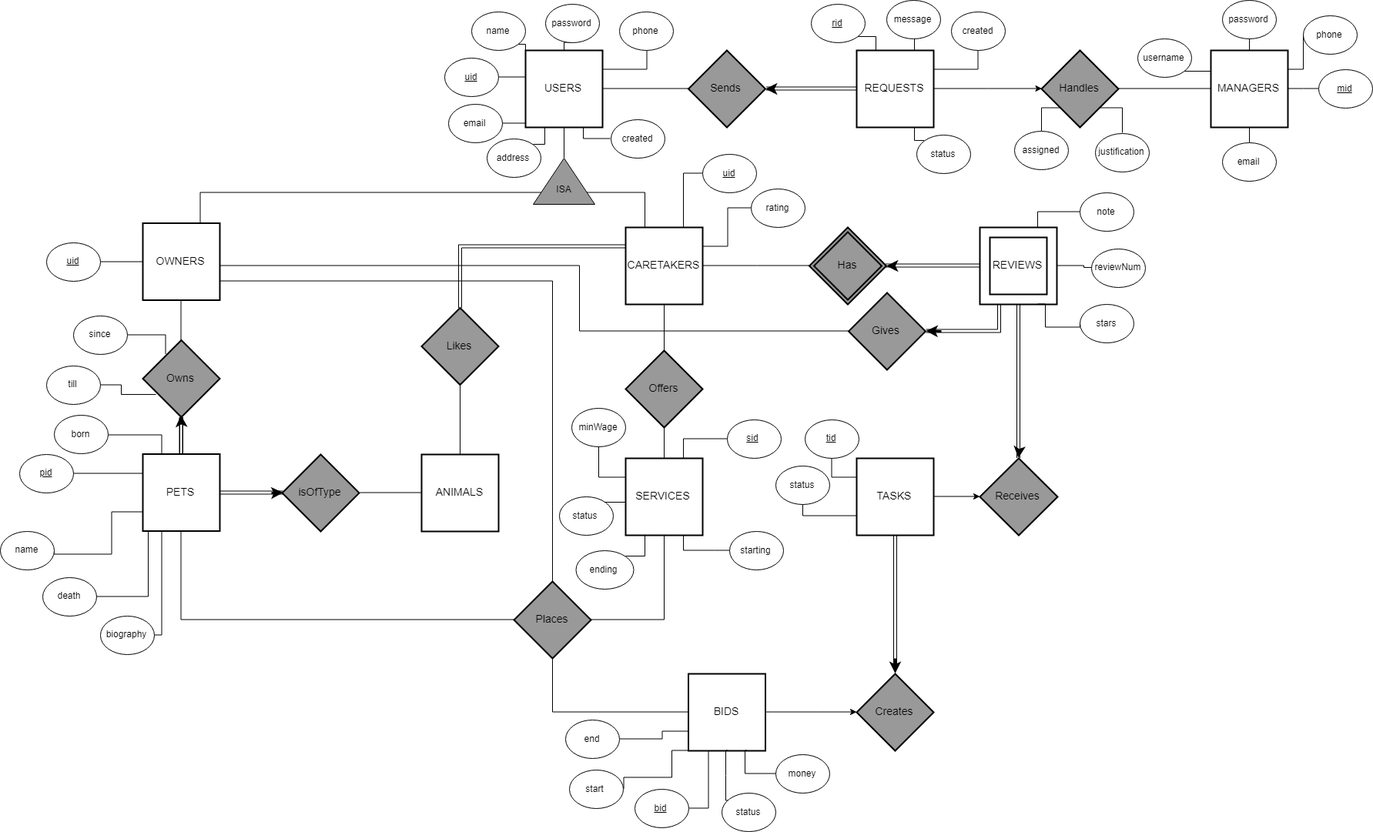
Before: database/PetCaretaker_ERModel.png, a diagram exported from draw.io (cs2102team60petcare/server). Source tidied: cells renumbered, new cells last; positions are measured from the earlier drawing's top-left corner, leaving out a move shared by most shapes.
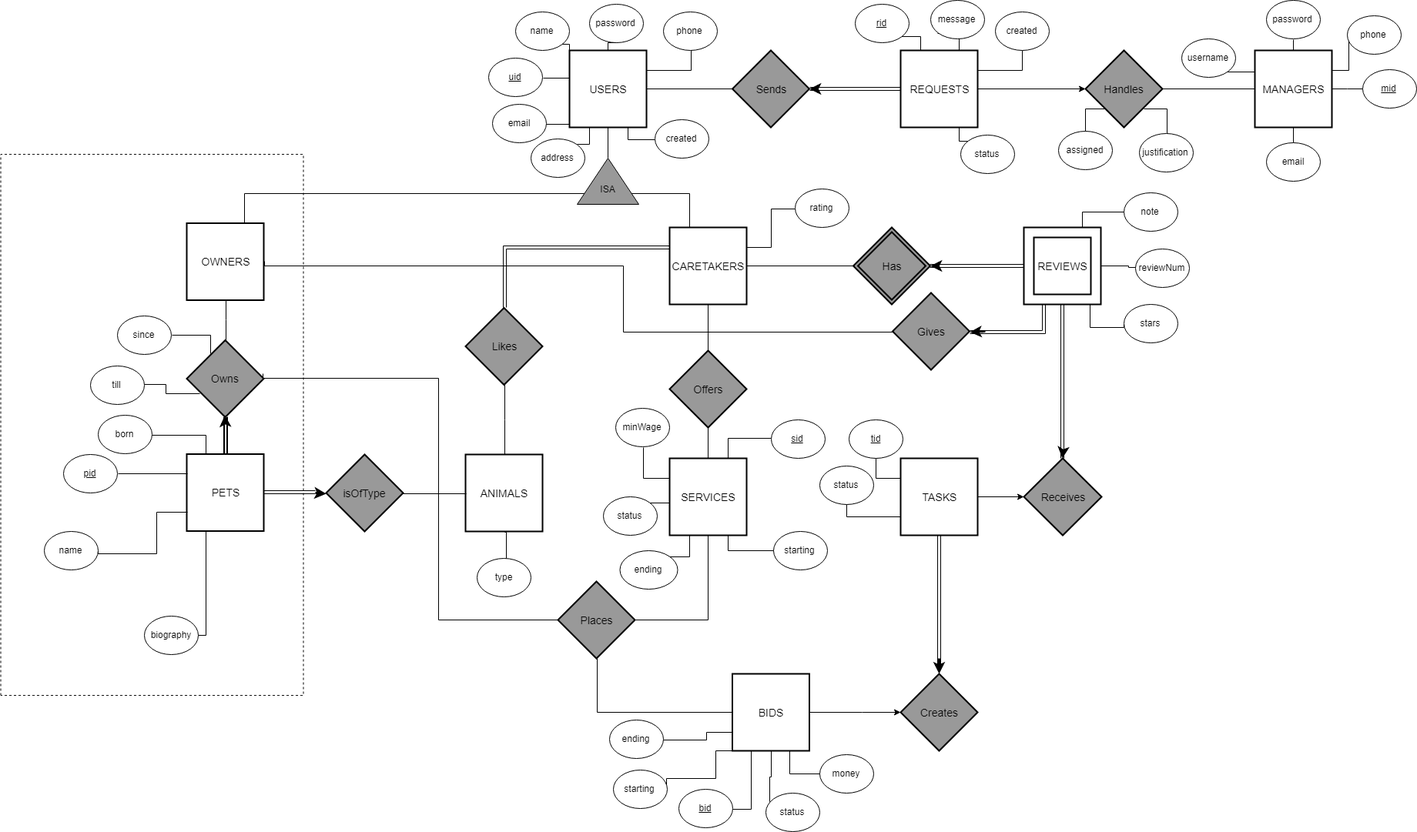
Above is the later version.

Change to the diagram source:
```diff
@@ -38,9 +38,6 @@
     <mxCell id="13" style="edgeStyle=orthogonalEdgeStyle;rounded=0;comic=0;jettySize=auto;html=1;exitX=0.75;exitY=0;exitDx=0;exitDy=0;entryX=0;entryY=0.75;entryDx=0;entryDy=0;endArrow=none;endFill=0;" parent="1" edge="1" source="17" target="41">
       <mxGeometry relative="1" as="geometry" />
     </mxCell>
-    <mxCell id="14" style="edgeStyle=orthogonalEdgeStyle;rounded=0;comic=0;jettySize=auto;html=1;exitX=1;exitY=0.75;exitDx=0;exitDy=0;entryX=0.5;entryY=0;entryDx=0;entryDy=0;endArrow=none;endFill=0;" parent="1" edge="1" source="17" target="45">
-      <mxGeometry relative="1" as="geometry" />
-    </mxCell>
     <mxCell id="15" style="edgeStyle=orthogonalEdgeStyle;rounded=0;comic=0;jettySize=auto;html=1;exitX=0.5;exitY=1;exitDx=0;exitDy=0;endArrow=none;endFill=0;" parent="1" edge="1" source="17" target="37">
       <mxGeometry relative="1" as="geometry" />
     </mxCell>
@@ -58,18 +55,12 @@
     <mxCell id="18" style="edgeStyle=orthogonalEdgeStyle;shape=link;rounded=0;comic=0;jettySize=auto;html=1;strokeColor=none;" parent="1" edge="1" source="23" target="37">
       <mxGeometry relative="1" as="geometry" />
     </mxCell>
-    <mxCell id="19" style="edgeStyle=orthogonalEdgeStyle;rounded=0;comic=0;jettySize=auto;html=1;exitX=0.5;exitY=1;exitDx=0;exitDy=0;entryX=0;entryY=0.5;entryDx=0;entryDy=0;endArrow=none;endFill=0;" parent="1" edge="1" source="23" target="45">
-      <mxGeometry relative="1" as="geometry" />
-    </mxCell>
     <mxCell id="20" style="edgeStyle=orthogonalEdgeStyle;shape=link;rounded=0;comic=0;jettySize=auto;html=1;exitX=0.5;exitY=0;exitDx=0;exitDy=0;entryX=0.5;entryY=1;entryDx=0;entryDy=0;endArrow=block;endFill=0;" parent="1" edge="1" source="23" target="37">
       <mxGeometry relative="1" as="geometry" />
     </mxCell>
     <mxCell id="21" style="edgeStyle=orthogonalEdgeStyle;shape=link;rounded=0;comic=0;jettySize=auto;html=1;endArrow=block;endFill=0;" parent="1" edge="1" source="23" target="37">
       <mxGeometry relative="1" as="geometry" />
     </mxCell>
-    <mxCell id="22" style="edgeStyle=orthogonalEdgeStyle;rounded=0;jettySize=auto;html=1;exitX=1;exitY=0.5;exitDx=0;exitDy=0;entryX=0;entryY=0.5;entryDx=0;entryDy=0;endArrow=none;endFill=0;shape=link;" parent="1" edge="1" source="23" target="144">
-      <mxGeometry relative="1" as="geometry" />
-    </mxCell>
     <mxCell id="23" value="PETS" style="strokeWidth=2;whiteSpace=wrap;html=1;align=center;fontSize=14;shadow=0;" parent="1" vertex="1">
       <mxGeometry x="185" y="589.5" width="100" height="100" as="geometry" />
     </mxCell>
@@ -269,22 +260,6 @@
     <mxCell id="78" value="phone" style="ellipse;whiteSpace=wrap;html=1;shadow=0;" parent="1" vertex="1">
       <mxGeometry x="1692.3" y="20" width="70" height="50" as="geometry" />
     </mxCell>
-    <mxCell id="79" style="edgeStyle=orthogonalEdgeStyle;rounded=0;comic=0;jettySize=auto;html=1;exitX=1;exitY=0.5;exitDx=0;exitDy=0;entryX=0;entryY=0.5;entryDx=0;entryDy=0;endArrow=none;endFill=0;" parent="1" edge="1" source="80" target="17">
-      <mxGeometry relative="1" as="geometry" />
-    </mxCell>
-    <mxCell id="80" value="&lt;u&gt;uid&lt;/u&gt;" style="ellipse;whiteSpace=wrap;html=1;shadow=0;" parent="1" vertex="1">
-      <mxGeometry x="60" y="314.5" width="70" height="50" as="geometry" />
-    </mxCell>
-    <mxCell id="81" style="edgeStyle=orthogonalEdgeStyle;rounded=0;comic=0;jettySize=auto;html=1;exitX=0;exitY=0.5;exitDx=0;exitDy=0;entryX=0.75;entryY=0;entryDx=0;entryDy=0;endArrow=none;endFill=0;" parent="1" edge="1" source="82" target="12">
-      <mxGeometry relative="1" as="geometry">
-        <Array as="points">
-          <mxPoint x="887" y="225" />
-        </Array>
-      </mxGeometry>
-    </mxCell>
-    <mxCell id="82" value="&lt;u&gt;uid&lt;/u&gt;" style="ellipse;whiteSpace=wrap;html=1;shadow=0;" parent="1" vertex="1">
-      <mxGeometry x="912" y="200" width="70" height="50" as="geometry" />
-    </mxCell>
     <mxCell id="83" style="edgeStyle=orthogonalEdgeStyle;rounded=0;comic=0;jettySize=auto;html=1;exitX=0;exitY=0.5;exitDx=0;exitDy=0;entryX=1;entryY=0.25;entryDx=0;entryDy=0;endArrow=none;endFill=0;" parent="1" edge="1" source="84" target="12">
       <mxGeometry relative="1" as="geometry" />
     </mxCell>
@@ -507,18 +482,7 @@
         </Array>
       </mxGeometry>
     </mxCell>
-    <mxCell id="137" value="death" style="ellipse;whiteSpace=wrap;html=1;shadow=0;" parent="1" vertex="1">
-      <mxGeometry x="55" y="749.5" width="70" height="50" as="geometry" />
-    </mxCell>
-    <mxCell id="138" style="edgeStyle=orthogonalEdgeStyle;rounded=0;comic=0;jettySize=auto;html=1;exitX=1;exitY=0.5;exitDx=0;exitDy=0;entryX=0.25;entryY=1;entryDx=0;entryDy=0;endArrow=none;endFill=0;" parent="1" edge="1" source="137" target="23">
-      <mxGeometry relative="1" as="geometry">
-        <Array as="points">
-          <mxPoint x="193" y="774.5" />
-          <mxPoint x="193" y="689.5" />
-        </Array>
-      </mxGeometry>
-    </mxCell>
-    <mxCell id="139" value="start" style="ellipse;whiteSpace=wrap;html=1;shadow=0;" parent="1" vertex="1">
+    <mxCell id="139" value="starting" style="ellipse;whiteSpace=wrap;html=1;shadow=0;" parent="1" vertex="1">
       <mxGeometry x="738.5" y="1000" width="70" height="50" as="geometry" />
     </mxCell>
     <mxCell id="140" style="edgeStyle=orthogonalEdgeStyle;rounded=0;jettySize=auto;html=1;exitX=0;exitY=0.75;exitDx=0;exitDy=0;entryX=1;entryY=0.5;entryDx=0;entryDy=0;endArrow=none;endFill=0;" parent="1" edge="1" source="33" target="141">
@@ -529,7 +493,7 @@
         </Array>
       </mxGeometry>
     </mxCell>
-    <mxCell id="141" value="end" style="ellipse;whiteSpace=wrap;html=1;shadow=0;" parent="1" vertex="1">
+    <mxCell id="141" value="ending" style="ellipse;whiteSpace=wrap;html=1;shadow=0;" parent="1" vertex="1">
       <mxGeometry x="734" y="935" width="70" height="50" as="geometry" />
     </mxCell>
     <mxCell id="142" value="ANIMALS" style="strokeWidth=2;whiteSpace=wrap;html=1;align=center;fontSize=14;shadow=0;" parent="1" vertex="1">
@@ -552,5 +516,32 @@
         <mxPoint x="352" y="640" as="sourcePoint" />
       </mxGeometry>
     </mxCell>
+    <mxCell id="148" value="type" style="ellipse;whiteSpace=wrap;html=1;shadow=0;" parent="1" vertex="1">
+      <mxGeometry x="562" y="724.5" width="70" height="50" as="geometry" />
+    </mxCell>
+    <mxCell id="149" style="edgeStyle=orthogonalEdgeStyle;rounded=0;comic=0;jettySize=auto;html=1;endArrow=none;endFill=0;exitX=0.5;exitY=1;exitDx=0;exitDy=0;" parent="1" edge="1" source="142">
+      <mxGeometry relative="1" as="geometry">
+        <mxPoint x="600" y="724" as="targetPoint" />
+      </mxGeometry>
+    </mxCell>
+    <mxCell id="150" style="whiteSpace=wrap;html=1;dashed=1;fillColor=none;rotation=-180;direction=south;" parent="1" vertex="1">
+      <mxGeometry x="-56.5" y="200" width="393" height="703" as="geometry" />
+    </mxCell>
+    <mxCell id="151" style="edgeStyle=orthogonalEdgeStyle;rounded=0;comic=0;jettySize=auto;html=1;exitX=1;exitY=0.5;exitDx=0;exitDy=0;endArrow=none;endFill=0;entryX=0;entryY=0.5;entryDx=0;entryDy=0;" parent="1" edge="1" target="45">
+      <mxGeometry relative="1" as="geometry">
+        <mxPoint x="284.5" y="485.5" as="sourcePoint" />
+        <Array as="points">
+          <mxPoint x="284" y="491" />
+          <mxPoint x="512" y="491" />
+          <mxPoint x="512" y="805" />
+        </Array>
+      </mxGeometry>
+    </mxCell>
+    <mxCell id="152" style="edgeStyle=orthogonalEdgeStyle;shape=link;rounded=0;comic=0;orthogonalLoop=1;jettySize=auto;html=1;endArrow=block;endFill=0;" parent="1" edge="1">
+      <mxGeometry relative="1" as="geometry">
+        <mxPoint x="352" y="639" as="sourcePoint" />
+        <mxPoint x="285" y="639" as="targetPoint" />
+      </mxGeometry>
+    </mxCell>
   </root>
 </mxGraphModel>
```
